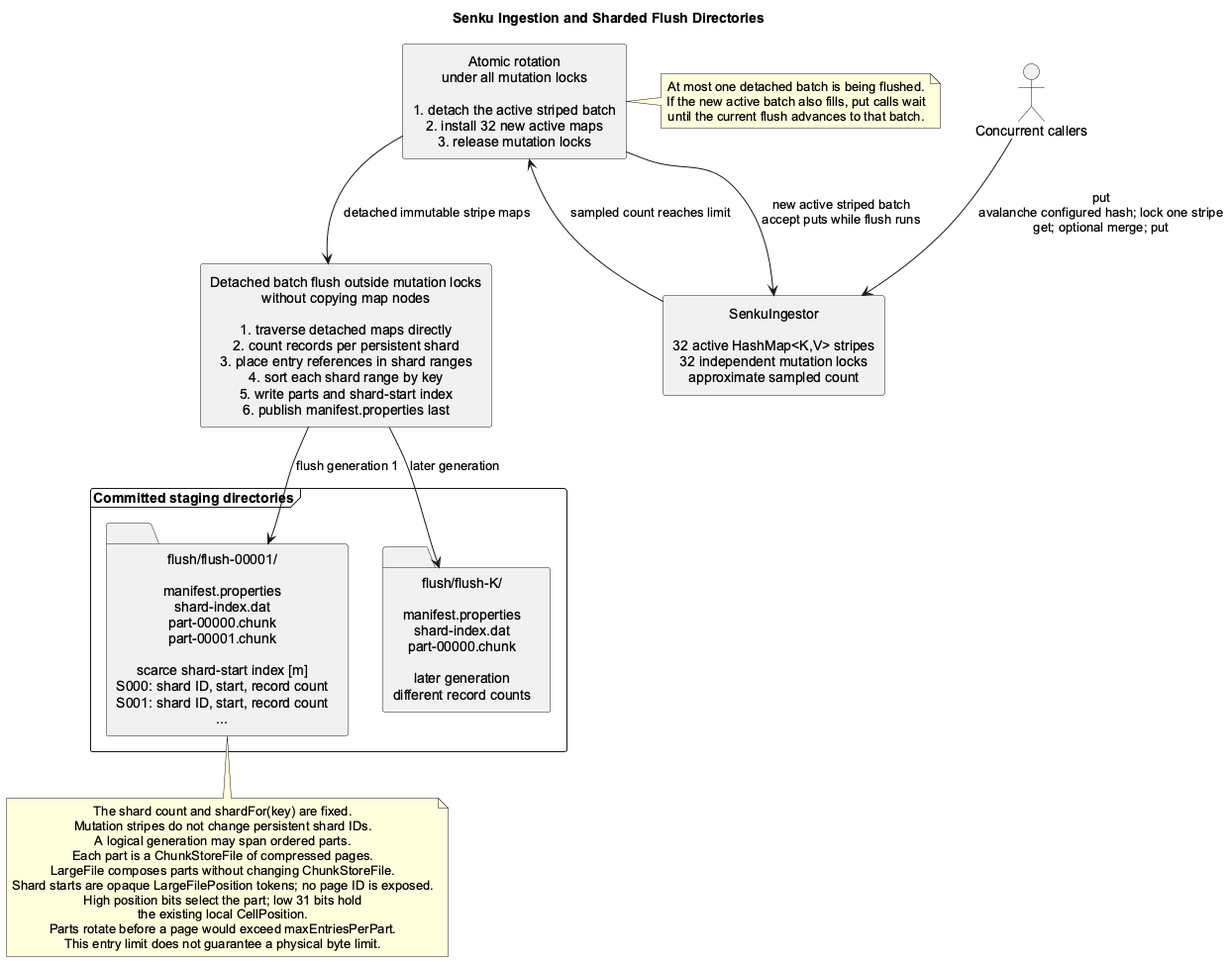
The PlantUML diagram docs/development/images/senku-ingestion-flush.png in jajir/HestiaStore, before a commit.
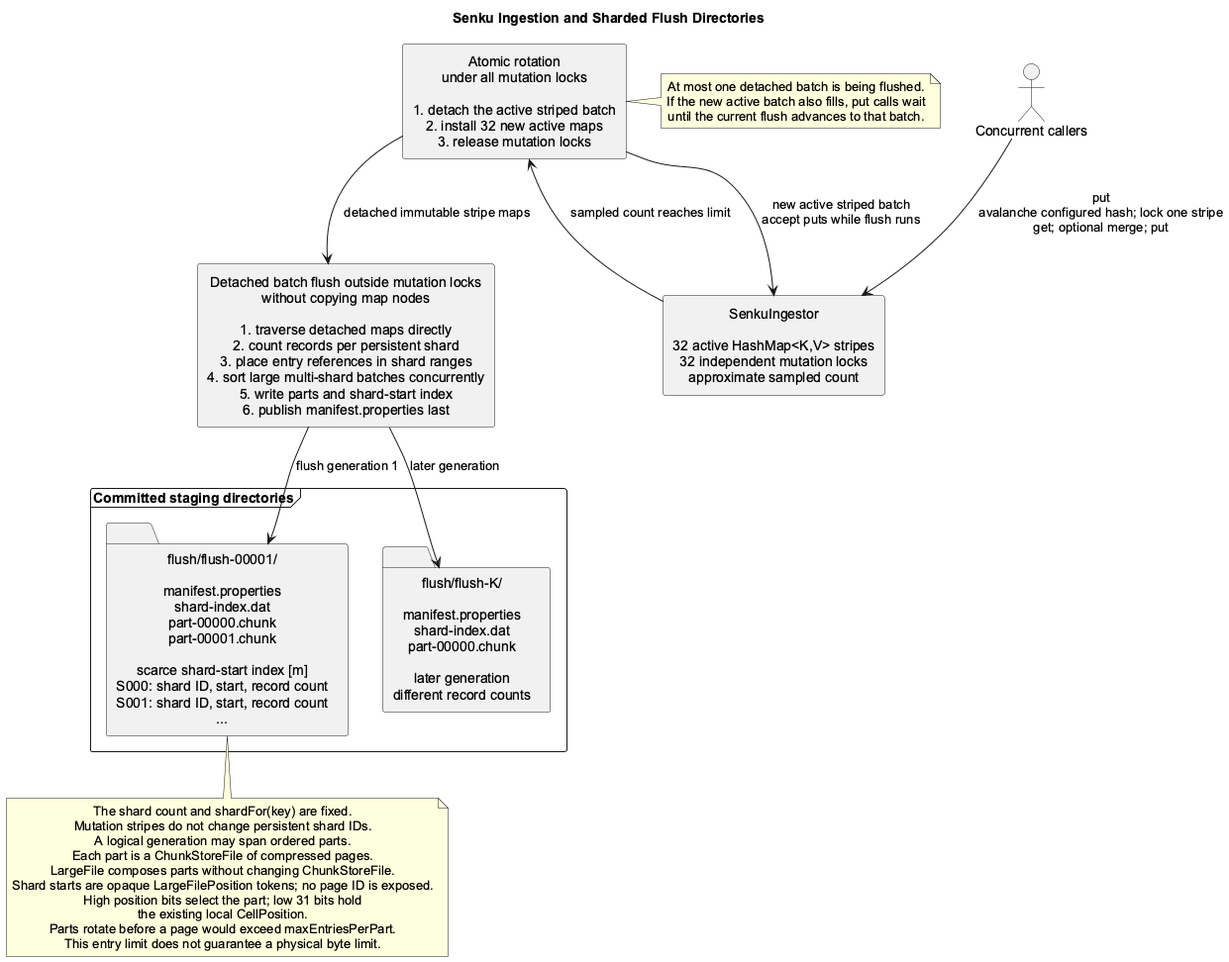
The same file after the commit.

Diff of the diagram source:
```diff
@@ -11,7 +11,7 @@
 actor "Concurrent callers" as Callers
 component "SenkuIngestor\n\n32 active HashMap<K,V> stripes\n32 independent mutation locks\napproximate sampled count" as Ingestor
 component "Atomic rotation\nunder all mutation locks\n\n1. detach the active striped batch\n2. install 32 new active maps\n3. release mutation locks" as Rotation
-component "Detached batch flush outside mutation locks\nwithout copying map nodes\n\n1. traverse detached maps directly\n2. count records per persistent shard\n3. place entry references in shard ranges\n4. sort each shard range by key\n5. write parts and shard-start index\n6. publish manifest.properties last" as Flush
+component "Detached batch flush outside mutation locks\nwithout copying map nodes\n\n1. traverse detached maps directly\n2. count records per persistent shard\n3. place entry references in shard ranges\n4. sort large multi-shard batches concurrently\n5. write parts and shard-start index\n6. publish manifest.properties last" as Flush
 
 frame "Committed staging directories" {
   folder "flush/flush-00001/\n\nmanifest.properties\nshard-index.dat\npart-00000.chunk\npart-00001.chunk\n\nscarce shard-start index [m]\nS000: shard ID, start, record count\nS001: shard ID, start, record count\n..." as Flush1
```
